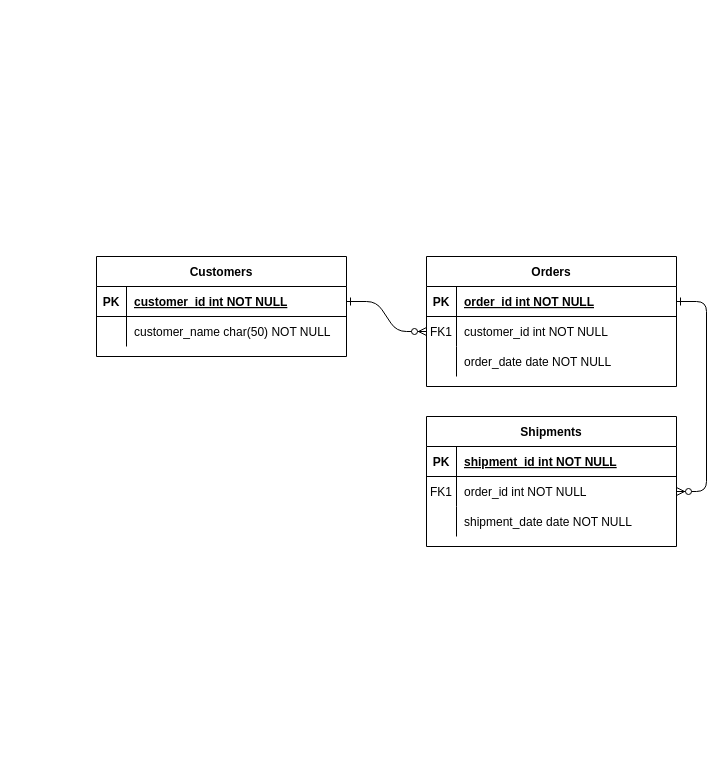
The draw.io diagram Untitled Diagram.drawio in mdunhamwilkie/bcgw-last-refresh-date, before the edit. Source tidied: cells renumbered, new cells numbered last; positions are measured from the earlier drawing's top-left corner, leaving out a move shared by most shapes. Both pictures are drawn from the tidied source at 100%, with x=0, y=0 at pixel (96, 256).
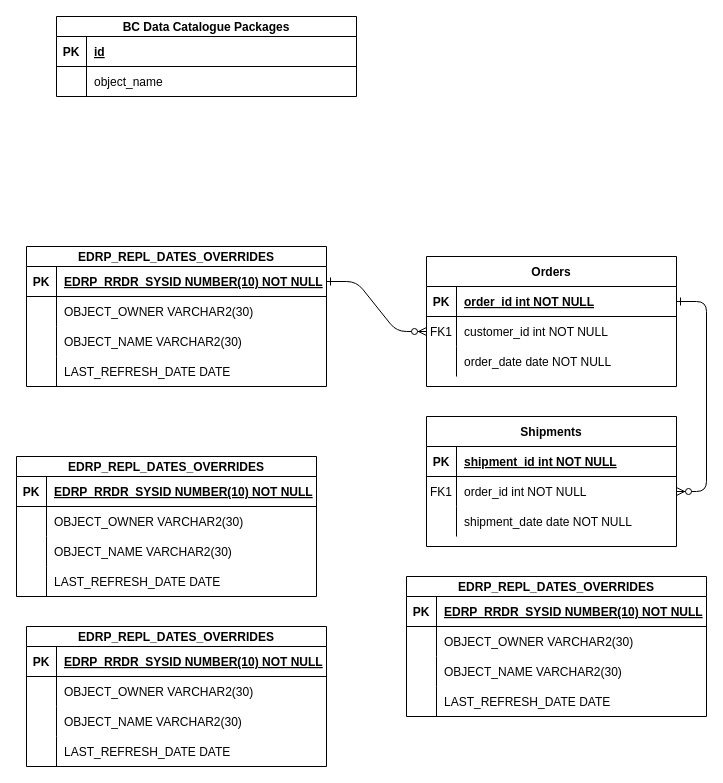
Above is the later version.

Change to the diagram source:
```diff
@@
-    <mxCell id="24" value="Customers" style="shape=table;startSize=30;childLayout=tableLayout;rowLines=0;fontStyle=1;align=center;" parent="1" vertex="1">
-      <mxGeometry width="250" height="100" as="geometry" />
+    <mxCell id="24" value="EDRP_REPL_DATES_OVERRIDES" style="shape=table;startSize=20;childLayout=tableLayout;rowLines=0;fontStyle=1;align=center;" parent="1" vertex="1">
+      <mxGeometry x="-70" y="-10" width="300" height="140" as="geometry" />
     </mxCell>
     <mxCell id="25" style="shape=partialRectangle;fillColor=none;points=[[0,0.5],[1,0.5]];portConstraint=eastwest;top=0;left=0;right=0;bottom=1;" parent="24" vertex="1">
-      <mxGeometry y="30" width="250" height="30" as="geometry" />
+      <mxGeometry y="20" width="300" height="30" as="geometry" />
     </mxCell>
@@
-    <mxCell id="27" value="customer_id int NOT NULL " style="shape=partialRectangle;overflow=hidden;fillColor=none;top=0;left=0;bottom=0;right=0;align=left;spacingLeft=6;fontStyle=5;" parent="25" vertex="1">
-      <mxGeometry x="30" width="220" height="30" as="geometry" />
+    <mxCell id="27" value="EDRP_RRDR_SYSID NUMBER(10) NOT NULL" style="shape=partialRectangle;overflow=hidden;fillColor=none;top=0;left=0;bottom=0;right=0;align=left;spacingLeft=6;fontStyle=5;" parent="25" vertex="1">
+      <mxGeometry x="30" width="270" height="30" as="geometry" />
     </mxCell>
+    <mxCell id="31" style="shape=partialRectangle;fillColor=none;top=0;left=0;right=0;bottom=0;" parent="24" vertex="1">
+      <mxGeometry y="50" width="300" height="30" as="geometry" />
+    </mxCell>
+    <mxCell id="32" style="shape=partialRectangle;overflow=hidden;fillColor=none;top=0;left=0;bottom=0;right=0;" parent="31" vertex="1">
+      <mxGeometry width="30" height="30" as="geometry" />
+    </mxCell>
+    <mxCell id="33" value="OBJECT_OWNER VARCHAR2(30)" style="shape=partialRectangle;overflow=hidden;fillColor=none;top=0;left=0;bottom=0;right=0;align=left;spacingLeft=6;" parent="31" vertex="1">
+      <mxGeometry x="30" width="270" height="30" as="geometry" />
+    </mxCell>
+    <mxCell id="34" style="shape=partialRectangle;fillColor=none;top=0;left=0;right=0;bottom=0;" parent="24" vertex="1">
+      <mxGeometry y="80" width="300" height="30" as="geometry" />
+    </mxCell>
+    <mxCell id="35" style="shape=partialRectangle;overflow=hidden;fillColor=none;top=0;left=0;bottom=0;right=0;" parent="34" vertex="1">
+      <mxGeometry width="30" height="30" as="geometry" />
+    </mxCell>
+    <mxCell id="36" value="OBJECT_NAME VARCHAR2(30)" style="shape=partialRectangle;overflow=hidden;fillColor=none;top=0;left=0;bottom=0;right=0;align=left;spacingLeft=6;" parent="34" vertex="1">
+      <mxGeometry x="30" width="270" height="30" as="geometry" />
+    </mxCell>
     <mxCell id="28" style="shape=partialRectangle;fillColor=none;top=0;left=0;right=0;bottom=0;" parent="24" vertex="1">
-      <mxGeometry y="60" width="250" height="30" as="geometry" />
+      <mxGeometry y="110" width="300" height="30" as="geometry" />
     </mxCell>
@@
-    <mxCell id="30" value="customer_name char(50) NOT NULL" style="shape=partialRectangle;overflow=hidden;fillColor=none;top=0;left=0;bottom=0;right=0;align=left;spacingLeft=6;" parent="28" vertex="1">
-      <mxGeometry x="30" width="220" height="30" as="geometry" />
+    <mxCell id="30" value="LAST_REFRESH_DATE DATE" style="shape=partialRectangle;overflow=hidden;fillColor=none;top=0;left=0;bottom=0;right=0;align=left;spacingLeft=6;" parent="28" vertex="1">
+      <mxGeometry x="30" width="270" height="30" as="geometry" />
     </mxCell>
+    <mxCell id="37" value="EDRP_REPL_DATES_OVERRIDES" style="shape=table;startSize=20;childLayout=tableLayout;rowLines=0;fontStyle=1;align=center;" parent="1" vertex="1">
+      <mxGeometry x="-80" y="200" width="300" height="140" as="geometry" />
+    </mxCell>
+    <mxCell id="38" style="shape=partialRectangle;fillColor=none;top=0;left=0;right=0;bottom=1;" parent="37" vertex="1">
+      <mxGeometry y="20" width="300" height="30" as="geometry" />
+    </mxCell>
+    <mxCell id="39" value="PK" style="shape=partialRectangle;overflow=hidden;fillColor=none;top=0;left=0;bottom=0;right=0;fontStyle=1;" parent="38" vertex="1">
+      <mxGeometry width="30" height="30" as="geometry" />
+    </mxCell>
+    <mxCell id="40" value="EDRP_RRDR_SYSID NUMBER(10) NOT NULL" style="shape=partialRectangle;overflow=hidden;fillColor=none;top=0;left=0;bottom=0;right=0;align=left;spacingLeft=6;fontStyle=5;" parent="38" vertex="1">
+      <mxGeometry x="30" width="270" height="30" as="geometry" />
+    </mxCell>
+    <mxCell id="41" style="shape=partialRectangle;fillColor=none;top=0;left=0;right=0;bottom=0;" parent="37" vertex="1">
+      <mxGeometry y="50" width="300" height="30" as="geometry" />
+    </mxCell>
+    <mxCell id="42" style="shape=partialRectangle;overflow=hidden;fillColor=none;top=0;left=0;bottom=0;right=0;" parent="41" vertex="1">
+      <mxGeometry width="30" height="30" as="geometry" />
+    </mxCell>
+    <mxCell id="43" value="OBJECT_OWNER VARCHAR2(30)" style="shape=partialRectangle;overflow=hidden;fillColor=none;top=0;left=0;bottom=0;right=0;align=left;spacingLeft=6;" parent="41" vertex="1">
+      <mxGeometry x="30" width="270" height="30" as="geometry" />
+    </mxCell>
+    <mxCell id="44" style="shape=partialRectangle;fillColor=none;top=0;left=0;right=0;bottom=0;" parent="37" vertex="1">
+      <mxGeometry y="80" width="300" height="30" as="geometry" />
+    </mxCell>
+    <mxCell id="45" style="shape=partialRectangle;overflow=hidden;fillColor=none;top=0;left=0;bottom=0;right=0;" parent="44" vertex="1">
+      <mxGeometry width="30" height="30" as="geometry" />
+    </mxCell>
+    <mxCell id="46" value="OBJECT_NAME VARCHAR2(30)" style="shape=partialRectangle;overflow=hidden;fillColor=none;top=0;left=0;bottom=0;right=0;align=left;spacingLeft=6;" parent="44" vertex="1">
+      <mxGeometry x="30" width="270" height="30" as="geometry" />
+    </mxCell>
+    <mxCell id="47" style="shape=partialRectangle;fillColor=none;top=0;left=0;right=0;bottom=0;" parent="37" vertex="1">
+      <mxGeometry y="110" width="300" height="30" as="geometry" />
+    </mxCell>
+    <mxCell id="48" style="shape=partialRectangle;overflow=hidden;fillColor=none;top=0;left=0;bottom=0;right=0;" parent="47" vertex="1">
+      <mxGeometry width="30" height="30" as="geometry" />
+    </mxCell>
+    <mxCell id="49" value="LAST_REFRESH_DATE DATE" style="shape=partialRectangle;overflow=hidden;fillColor=none;top=0;left=0;bottom=0;right=0;align=left;spacingLeft=6;" parent="47" vertex="1">
+      <mxGeometry x="30" width="270" height="30" as="geometry" />
+    </mxCell>
+    <mxCell id="50" value="EDRP_REPL_DATES_OVERRIDES" style="shape=table;startSize=20;childLayout=tableLayout;rowLines=0;fontStyle=1;align=center;" parent="1" vertex="1">
+      <mxGeometry x="310" y="320" width="300" height="140" as="geometry" />
+    </mxCell>
+    <mxCell id="51" style="shape=partialRectangle;fillColor=none;top=0;left=0;right=0;bottom=1;" parent="50" vertex="1">
+      <mxGeometry y="20" width="300" height="30" as="geometry" />
+    </mxCell>
+    <mxCell id="52" value="PK" style="shape=partialRectangle;overflow=hidden;fillColor=none;top=0;left=0;bottom=0;right=0;fontStyle=1;" parent="51" vertex="1">
+      <mxGeometry width="30" height="30" as="geometry" />
+    </mxCell>
+    <mxCell id="53" value="EDRP_RRDR_SYSID NUMBER(10) NOT NULL" style="shape=partialRectangle;overflow=hidden;fillColor=none;top=0;left=0;bottom=0;right=0;align=left;spacingLeft=6;fontStyle=5;" parent="51" vertex="1">
+      <mxGeometry x="30" width="270" height="30" as="geometry" />
+    </mxCell>
+    <mxCell id="54" style="shape=partialRectangle;fillColor=none;top=0;left=0;right=0;bottom=0;" parent="50" vertex="1">
+      <mxGeometry y="50" width="300" height="30" as="geometry" />
+    </mxCell>
+    <mxCell id="55" style="shape=partialRectangle;overflow=hidden;fillColor=none;top=0;left=0;bottom=0;right=0;" parent="54" vertex="1">
+      <mxGeometry width="30" height="30" as="geometry" />
+    </mxCell>
+    <mxCell id="56" value="OBJECT_OWNER VARCHAR2(30)" style="shape=partialRectangle;overflow=hidden;fillColor=none;top=0;left=0;bottom=0;right=0;align=left;spacingLeft=6;" parent="54" vertex="1">
+      <mxGeometry x="30" width="270" height="30" as="geometry" />
+    </mxCell>
+    <mxCell id="57" style="shape=partialRectangle;fillColor=none;top=0;left=0;right=0;bottom=0;" parent="50" vertex="1">
+      <mxGeometry y="80" width="300" height="30" as="geometry" />
+    </mxCell>
+    <mxCell id="58" style="shape=partialRectangle;overflow=hidden;fillColor=none;top=0;left=0;bottom=0;right=0;" parent="57" vertex="1">
+      <mxGeometry width="30" height="30" as="geometry" />
+    </mxCell>
+    <mxCell id="59" value="OBJECT_NAME VARCHAR2(30)" style="shape=partialRectangle;overflow=hidden;fillColor=none;top=0;left=0;bottom=0;right=0;align=left;spacingLeft=6;" parent="57" vertex="1">
+      <mxGeometry x="30" width="270" height="30" as="geometry" />
+    </mxCell>
+    <mxCell id="60" style="shape=partialRectangle;fillColor=none;top=0;left=0;right=0;bottom=0;" parent="50" vertex="1">
+      <mxGeometry y="110" width="300" height="30" as="geometry" />
+    </mxCell>
+    <mxCell id="61" style="shape=partialRectangle;overflow=hidden;fillColor=none;top=0;left=0;bottom=0;right=0;" parent="60" vertex="1">
+      <mxGeometry width="30" height="30" as="geometry" />
+    </mxCell>
+    <mxCell id="62" value="LAST_REFRESH_DATE DATE" style="shape=partialRectangle;overflow=hidden;fillColor=none;top=0;left=0;bottom=0;right=0;align=left;spacingLeft=6;" parent="60" vertex="1">
+      <mxGeometry x="30" width="270" height="30" as="geometry" />
+    </mxCell>
+    <mxCell id="63" value="EDRP_REPL_DATES_OVERRIDES" style="shape=table;startSize=20;childLayout=tableLayout;rowLines=0;fontStyle=1;align=center;" parent="1" vertex="1">
+      <mxGeometry x="-70" y="370" width="300" height="140" as="geometry" />
+    </mxCell>
+    <mxCell id="64" style="shape=partialRectangle;fillColor=none;top=0;left=0;right=0;bottom=1;" parent="63" vertex="1">
+      <mxGeometry y="20" width="300" height="30" as="geometry" />
+    </mxCell>
+    <mxCell id="65" value="PK" style="shape=partialRectangle;overflow=hidden;fillColor=none;top=0;left=0;bottom=0;right=0;fontStyle=1;" parent="64" vertex="1">
+      <mxGeometry width="30" height="30" as="geometry" />
+    </mxCell>
+    <mxCell id="66" value="EDRP_RRDR_SYSID NUMBER(10) NOT NULL" style="shape=partialRectangle;overflow=hidden;fillColor=none;top=0;left=0;bottom=0;right=0;align=left;spacingLeft=6;fontStyle=5;" parent="64" vertex="1">
+      <mxGeometry x="30" width="270" height="30" as="geometry" />
+    </mxCell>
+    <mxCell id="67" style="shape=partialRectangle;fillColor=none;top=0;left=0;right=0;bottom=0;" parent="63" vertex="1">
+      <mxGeometry y="50" width="300" height="30" as="geometry" />
+    </mxCell>
+    <mxCell id="68" style="shape=partialRectangle;overflow=hidden;fillColor=none;top=0;left=0;bottom=0;right=0;" parent="67" vertex="1">
+      <mxGeometry width="30" height="30" as="geometry" />
+    </mxCell>
+    <mxCell id="69" value="OBJECT_OWNER VARCHAR2(30)" style="shape=partialRectangle;overflow=hidden;fillColor=none;top=0;left=0;bottom=0;right=0;align=left;spacingLeft=6;" parent="67" vertex="1">
+      <mxGeometry x="30" width="270" height="30" as="geometry" />
+    </mxCell>
+    <mxCell id="70" style="shape=partialRectangle;fillColor=none;top=0;left=0;right=0;bottom=0;" parent="63" vertex="1">
+      <mxGeometry y="80" width="300" height="30" as="geometry" />
+    </mxCell>
+    <mxCell id="71" style="shape=partialRectangle;overflow=hidden;fillColor=none;top=0;left=0;bottom=0;right=0;" parent="70" vertex="1">
+      <mxGeometry width="30" height="30" as="geometry" />
+    </mxCell>
+    <mxCell id="72" value="OBJECT_NAME VARCHAR2(30)" style="shape=partialRectangle;overflow=hidden;fillColor=none;top=0;left=0;bottom=0;right=0;align=left;spacingLeft=6;" parent="70" vertex="1">
+      <mxGeometry x="30" width="270" height="30" as="geometry" />
+    </mxCell>
+    <mxCell id="73" style="shape=partialRectangle;fillColor=none;top=0;left=0;right=0;bottom=0;" parent="63" vertex="1">
+      <mxGeometry y="110" width="300" height="30" as="geometry" />
+    </mxCell>
+    <mxCell id="74" style="shape=partialRectangle;overflow=hidden;fillColor=none;top=0;left=0;bottom=0;right=0;" parent="73" vertex="1">
+      <mxGeometry width="30" height="30" as="geometry" />
+    </mxCell>
+    <mxCell id="75" value="LAST_REFRESH_DATE DATE" style="shape=partialRectangle;overflow=hidden;fillColor=none;top=0;left=0;bottom=0;right=0;align=left;spacingLeft=6;" parent="73" vertex="1">
+      <mxGeometry x="30" width="270" height="30" as="geometry" />
+    </mxCell>
+    <mxCell id="76" value="BC Data Catalogue Packages" style="shape=table;startSize=20;childLayout=tableLayout;rowLines=0;fontStyle=1;align=center;" parent="1" vertex="1">
+      <mxGeometry x="-40" y="-240" width="300" height="80" as="geometry" />
+    </mxCell>
+    <mxCell id="77" style="shape=partialRectangle;fillColor=none;top=0;left=0;right=0;bottom=1;" parent="76" vertex="1">
+      <mxGeometry y="20" width="300" height="30" as="geometry" />
+    </mxCell>
+    <mxCell id="78" value="PK" style="shape=partialRectangle;overflow=hidden;fillColor=none;top=0;left=0;bottom=0;right=0;fontStyle=1;" parent="77" vertex="1">
+      <mxGeometry width="30" height="30" as="geometry" />
+    </mxCell>
+    <mxCell id="79" value="id" style="shape=partialRectangle;overflow=hidden;fillColor=none;top=0;left=0;bottom=0;right=0;align=left;spacingLeft=6;fontStyle=5;" parent="77" vertex="1">
+      <mxGeometry x="30" width="270" height="30" as="geometry" />
+    </mxCell>
+    <mxCell id="80" style="shape=partialRectangle;fillColor=none;top=0;left=0;right=0;bottom=0;" parent="76" vertex="1">
+      <mxGeometry y="50" width="300" height="30" as="geometry" />
+    </mxCell>
+    <mxCell id="81" style="shape=partialRectangle;overflow=hidden;fillColor=none;top=0;left=0;bottom=0;right=0;" parent="80" vertex="1">
+      <mxGeometry width="30" height="30" as="geometry" />
+    </mxCell>
+    <mxCell id="82" value="object_name" style="shape=partialRectangle;overflow=hidden;fillColor=none;top=0;left=0;bottom=0;right=0;align=left;spacingLeft=6;" parent="80" vertex="1">
+      <mxGeometry x="30" width="270" height="30" as="geometry" />
+    </mxCell>
```
